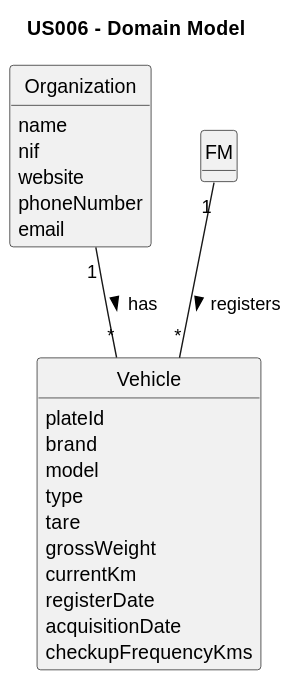
Above: docs/sprintA/us006/02.analysis/svg/us006-domain-model.svg in Rui-San/LAPR2_2023_2024 (PlantUML), before the change.
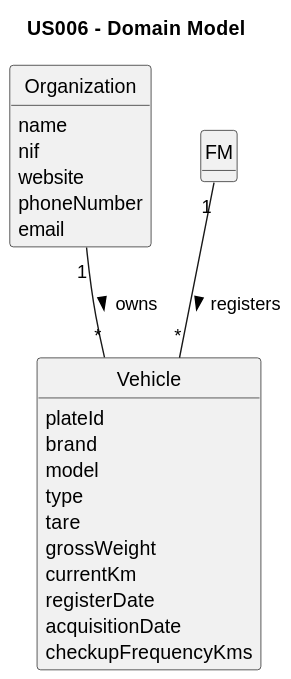
The same file after the commit.

What changed in the source:
```diff
@@ -29,6 +29,6 @@
     checkupFrequencyKms
 }
 
-Organization "1" -- "*" Vehicle : "has >"
+Organization "1" -- "*" Vehicle : "owns >"
 FM "1" -- "*" Vehicle : "registers >"
 @enduml
```
